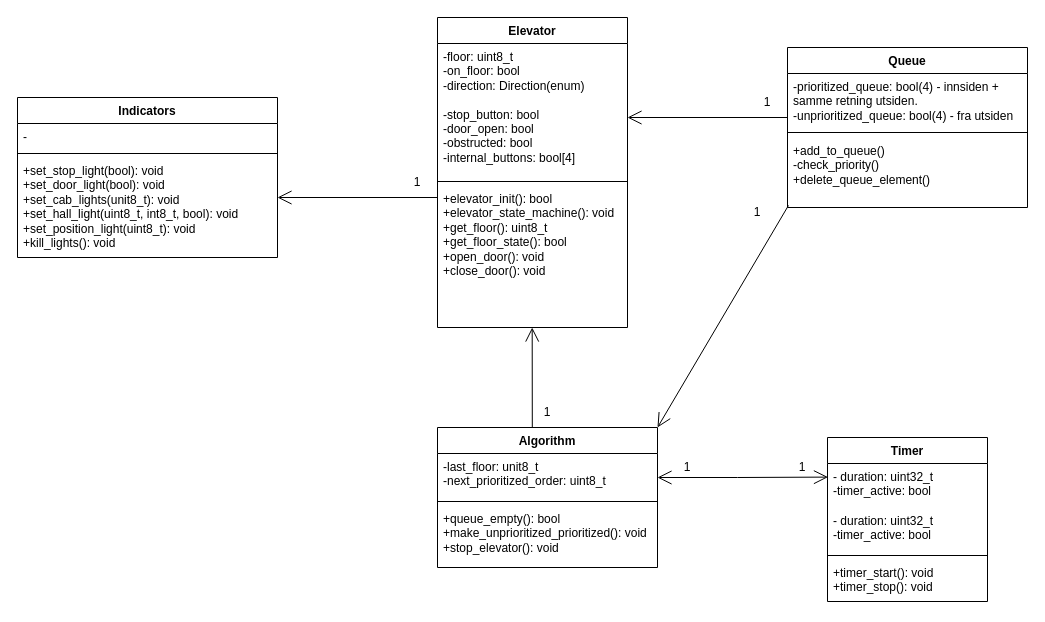
Earlier version of the draw.io diagram TILPDAT_KLASSEDIAGRAM.drawio (WilliamFosser/TTK_4235_TILPDAT). Source tidied: cells renumbered, new cells numbered last; positions are measured from the earlier drawing's top-left corner, leaving out a move shared by most shapes. Both pictures are drawn from the tidied source at 100%, with x=0, y=0 at pixel (17, 17).
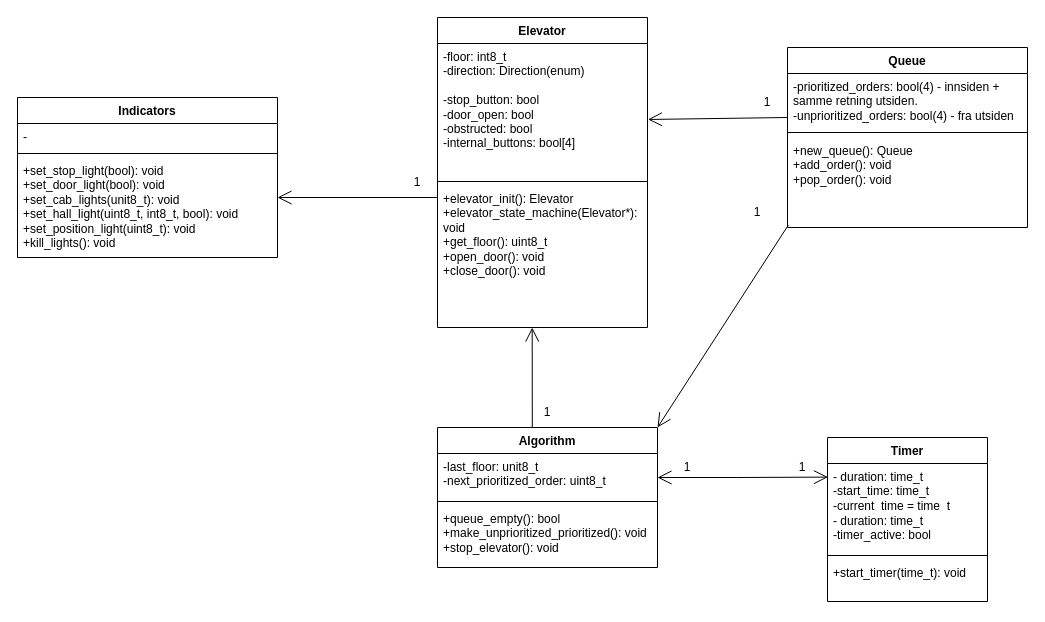
The same page after the edit.

Unchanged cells that the change refers to:
```xml
<mxCell id="10" value="Timer" style="swimlane;fontStyle=1;align=center;verticalAlign=top;horizontal=1;startSize=26;whiteSpace=wrap;html=1;" parent="1" vertex="1">
  <mxGeometry x="810" y="420" width="160" height="164" as="geometry" />
</mxCell>
```

The edit, as a diff of the source:
```diff
@@
     <mxCell id="2" value="&lt;div&gt;Elevator&lt;/div&gt;&lt;div&gt;&lt;br&gt;&lt;/div&gt;" style="swimlane;fontStyle=1;align=center;verticalAlign=top;horizontal=1;startSize=26;whiteSpace=wrap;html=1;" parent="1" vertex="1">
-      <mxGeometry x="420" width="190" height="310" as="geometry" />
+      <mxGeometry x="420" width="210" height="310" as="geometry" />
     </mxCell>
-    <mxCell id="3" value="&lt;div&gt;-floor: uint8_t&lt;/div&gt;&lt;div&gt;-on_floor: bool&lt;/div&gt;&lt;div&gt;-direction: Direction(enum)&lt;/div&gt;&lt;div&gt;&lt;br&gt;&lt;/div&gt;&lt;div&gt;-stop_button: bool&lt;/div&gt;&lt;div&gt;-door_open: bool&lt;/div&gt;&lt;div&gt;-obstructed: bool&lt;/div&gt;&lt;div&gt;-internal_buttons: bool[4]&lt;/div&gt;" style="text;strokeColor=none;fillColor=none;align=left;verticalAlign=top;spacingLeft=4;spacingRight=4;overflow=hidden;points=[[0,0.5],[1,0.5]];portConstraint=eastwest;whiteSpace=wrap;html=1;" parent="2" vertex="1">
-      <mxGeometry y="26" width="190" height="134" as="geometry" />
+    <mxCell id="3" value="&lt;div&gt;-floor: int8_t&lt;/div&gt;&lt;div&gt;-direction: Direction(enum)&lt;/div&gt;&lt;div&gt;&lt;br&gt;&lt;/div&gt;&lt;div&gt;-stop_button: bool&lt;/div&gt;&lt;div&gt;-door_open: bool&lt;/div&gt;&lt;div&gt;-obstructed: bool&lt;/div&gt;&lt;div&gt;-internal_buttons: bool[4]&lt;/div&gt;" style="text;strokeColor=none;fillColor=none;align=left;verticalAlign=top;spacingLeft=4;spacingRight=4;overflow=hidden;points=[[0,0.5],[1,0.5]];portConstraint=eastwest;whiteSpace=wrap;html=1;" parent="2" vertex="1">
+      <mxGeometry y="26" width="210" height="134" as="geometry" />
     </mxCell>
     <mxCell id="4" style="line;strokeWidth=1;fillColor=none;align=left;verticalAlign=middle;spacingTop=-1;spacingLeft=3;spacingRight=3;labelPosition=right;strokeColor=inherit;" parent="2" vertex="1">
-      <mxGeometry y="160" width="190" height="8" as="geometry" />
+      <mxGeometry y="160" width="210" height="8" as="geometry" />
     </mxCell>
-    <mxCell id="5" value="&lt;div&gt;+elevator_init(): bool&lt;/div&gt;&lt;div&gt;+elevator_state_machine(): void&lt;/div&gt;&lt;div&gt;+get_floor(): uint8_t&lt;/div&gt;&lt;div&gt;+get_floor_state(): bool&lt;/div&gt;&lt;div&gt;+open_door(): void&lt;/div&gt;&lt;div&gt;+close_door(): void&lt;/div&gt;&lt;div&gt;&lt;br&gt;&lt;/div&gt;&lt;div&gt;&lt;br&gt;&lt;/div&gt;" style="text;strokeColor=none;fillColor=none;align=left;verticalAlign=top;spacingLeft=4;spacingRight=4;overflow=hidden;whiteSpace=wrap;html=1;" parent="2" vertex="1">
-      <mxGeometry y="168" width="190" height="142" as="geometry" />
+    <mxCell id="5" value="&lt;div&gt;+elevator_init(): Elevator&lt;/div&gt;&lt;div&gt;+elevator_state_machine(Elevator*): void&lt;/div&gt;&lt;div&gt;+get_floor(): uint8_t&lt;/div&gt;&lt;div&gt;+open_door(): void&lt;/div&gt;&lt;div&gt;+close_door(): void&lt;/div&gt;&lt;div&gt;&lt;br&gt;&lt;/div&gt;&lt;div&gt;&lt;br&gt;&lt;/div&gt;" style="text;strokeColor=none;fillColor=none;align=left;verticalAlign=top;spacingLeft=4;spacingRight=4;overflow=hidden;whiteSpace=wrap;html=1;" parent="2" vertex="1">
+      <mxGeometry y="168" width="210" height="142" as="geometry" />
     </mxCell>
     <mxCell id="6" value="Queue" style="swimlane;fontStyle=1;align=center;verticalAlign=top;horizontal=1;startSize=26;whiteSpace=wrap;html=1;" parent="1" vertex="1">
-      <mxGeometry x="770" y="30" width="240" height="160" as="geometry" />
+      <mxGeometry x="770" y="30" width="240" height="180" as="geometry" />
     </mxCell>
-    <mxCell id="7" value="&lt;div&gt;-prioritized_queue: bool(4) - innsiden + samme retning utsiden. &lt;br&gt;&lt;/div&gt;&lt;div&gt;-unprioritized_queue: bool(4) - fra utsiden&lt;/div&gt;" style="text;strokeColor=none;fillColor=none;align=left;verticalAlign=top;spacingLeft=4;spacingRight=4;overflow=hidden;whiteSpace=wrap;html=1;" parent="6" vertex="1">
+    <mxCell id="7" value="&lt;div&gt;-prioritized_orders: bool(4) - innsiden + samme retning utsiden. &lt;br&gt;&lt;/div&gt;&lt;div&gt;-unprioritized_orders: bool(4) - fra utsiden&lt;/div&gt;" style="text;strokeColor=none;fillColor=none;align=left;verticalAlign=top;spacingLeft=4;spacingRight=4;overflow=hidden;whiteSpace=wrap;html=1;" parent="6" vertex="1">
       <mxGeometry y="26" width="240" height="54" as="geometry" />
     </mxCell>
@@
-    <mxCell id="9" value="&lt;div&gt;+add_to_queue()&lt;/div&gt;&lt;div&gt;-check_priority()&lt;/div&gt;&lt;div&gt;+delete_queue_element()&lt;/div&gt;&lt;div&gt;&lt;br&gt;&lt;/div&gt;&lt;div&gt;&lt;br&gt;&lt;/div&gt;&lt;div&gt;&lt;br&gt;&lt;/div&gt;" style="text;strokeColor=none;fillColor=none;align=left;verticalAlign=top;spacingLeft=4;spacingRight=4;overflow=hidden;points=[[0,0.5],[1,0.5]];portConstraint=eastwest;whiteSpace=wrap;html=1;" parent="6" vertex="1">
-      <mxGeometry y="90" width="240" height="70" as="geometry" />
+    <mxCell id="9" value="&lt;div&gt;+new_queue(): Queue&lt;/div&gt;&lt;div&gt;+add_order(): void&lt;/div&gt;&lt;div&gt;+pop_order(): void&lt;/div&gt;&lt;div&gt;&lt;br&gt;&lt;/div&gt;&lt;div&gt;&lt;br&gt;&lt;/div&gt;&lt;div&gt;&lt;br&gt;&lt;/div&gt;" style="text;strokeColor=none;fillColor=none;align=left;verticalAlign=top;spacingLeft=4;spacingRight=4;overflow=hidden;points=[[0,0.5],[1,0.5]];portConstraint=eastwest;whiteSpace=wrap;html=1;" parent="6" vertex="1">
+      <mxGeometry y="90" width="240" height="90" as="geometry" />
     </mxCell>
@@
-    <mxCell id="11" value="&lt;div&gt;- duration: uint32_t&lt;/div&gt;-timer_active: bool" style="text;strokeColor=none;fillColor=none;align=left;verticalAlign=top;spacingLeft=4;spacingRight=4;overflow=hidden;points=[[0,0.5],[1,0.5]];portConstraint=eastwest;whiteSpace=wrap;html=1;" parent="10" vertex="1">
+    <mxCell id="11" value="&lt;div&gt;- duration: time_t&lt;/div&gt;-start_time: time_t&lt;div&gt;-current_time = time_t&lt;/div&gt;" style="text;strokeColor=none;fillColor=none;align=left;verticalAlign=top;spacingLeft=4;spacingRight=4;overflow=hidden;points=[[0,0.5],[1,0.5]];portConstraint=eastwest;whiteSpace=wrap;html=1;" parent="10" vertex="1">
       <mxGeometry y="26" width="160" height="44" as="geometry" />
     </mxCell>
-    <mxCell id="12" value="&lt;div&gt;- duration: uint32_t&lt;/div&gt;-timer_active: bool" style="text;strokeColor=none;fillColor=none;align=left;verticalAlign=top;spacingLeft=4;spacingRight=4;overflow=hidden;whiteSpace=wrap;html=1;" parent="10" vertex="1">
+    <mxCell id="12" value="&lt;div&gt;- duration: time_t&lt;/div&gt;-timer_active: bool" style="text;strokeColor=none;fillColor=none;align=left;verticalAlign=top;spacingLeft=4;spacingRight=4;overflow=hidden;whiteSpace=wrap;html=1;" parent="10" vertex="1">
       <mxGeometry y="70" width="160" height="44" as="geometry" />
     </mxCell>
@@
-    <mxCell id="14" value="&lt;div&gt;+timer_start(): void&lt;/div&gt;&lt;div&gt;+timer_stop(): void&lt;/div&gt;" style="text;strokeColor=none;fillColor=none;align=left;verticalAlign=top;spacingLeft=4;spacingRight=4;overflow=hidden;whiteSpace=wrap;html=1;" parent="10" vertex="1">
+    <mxCell id="14" value="&lt;div&gt;+start_timer(time_t): void&lt;/div&gt;" style="text;strokeColor=none;fillColor=none;align=left;verticalAlign=top;spacingLeft=4;spacingRight=4;overflow=hidden;whiteSpace=wrap;html=1;" parent="10" vertex="1">
       <mxGeometry y="122" width="160" height="42" as="geometry" />
     </mxCell>
@@
-    <mxCell id="24" style="endArrow=open;endFill=1;endSize=12;html=1;rounded=0;" parent="1" edge="1">
+    <mxCell id="24" style="endArrow=open;endFill=1;endSize=12;html=1;rounded=0;entryX=1.002;entryY=0.567;entryDx=0;entryDy=0;entryPerimeter=0;" parent="1" edge="1" target="3">
       <mxGeometry relative="1" as="geometry">
         <mxPoint x="770" y="100" as="sourcePoint" />
-        <mxPoint x="610" y="100" as="targetPoint" />
       </mxGeometry>
     </mxCell>
```
